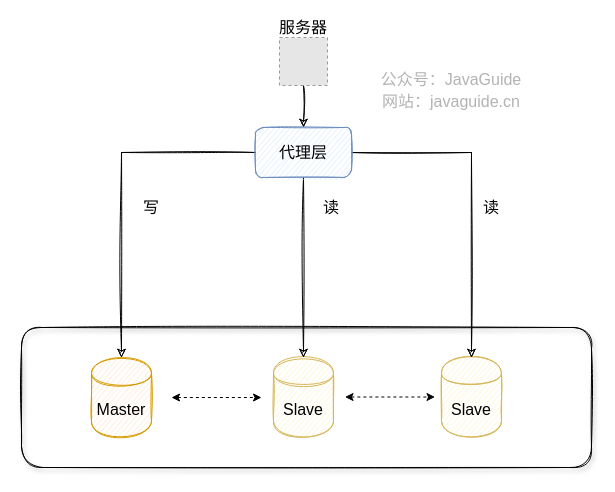
This is docs/high-performance/images/read-and-write-separation-and-library-subtable/read-and-write-separation-proxy.drawio from Snailclimb/JavaGuide, a draw.io file, before an edit. Source tidied: cells renumbered, new cells numbered last; positions are measured from the earlier drawing's top-left corner, leaving out a move shared by most shapes. Both pictures are drawn from the tidied source at 100%, with x=0, y=0 at pixel (21, 17). Pictures stored in the file or linked from it are replaced by grey dashed boxes.
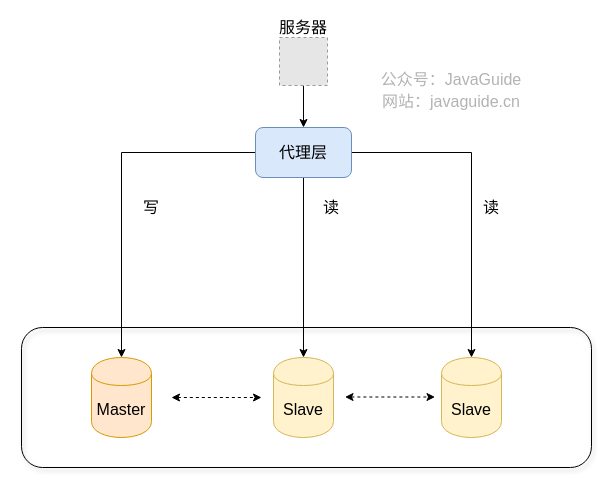
Above is the later version.

Unchanged cells that the change refers to:
```xml
<mxCell id="10" style="fillColor=#E6E6E6;strokeColor=#999999;dashed=1;verticalLabelPosition=bottom;labelBackgroundColor=#ffffff;verticalAlign=top;" parent="1" vertex="1">
  <mxGeometry x="258" y="20" width="48" height="48" as="geometry" />
</mxCell>
```

Change to the diagram source:
```diff
@@
-    <mxCell id="2" style="rounded=1;whiteSpace=wrap;html=1;fillColor=none;glass=1;sketch=1;shadow=1;" parent="1" vertex="1">
+    <mxCell id="2" style="rounded=1;whiteSpace=wrap;html=1;fillColor=none;glass=1;sketch=0;shadow=1;" parent="1" vertex="1">
       <mxGeometry y="310" width="570" height="140" as="geometry" />
     </mxCell>
-    <mxCell id="3" value="Master" style="shape=cylinder;whiteSpace=wrap;html=1;boundedLbl=1;backgroundOutline=1;fillColor=#ffe6cc;strokeColor=#d79b00;shadow=0;sketch=1;fontSize=16;" parent="1" vertex="1">
+    <mxCell id="3" value="Master" style="shape=cylinder;whiteSpace=wrap;html=1;boundedLbl=1;backgroundOutline=1;fillColor=#ffe6cc;strokeColor=#d79b00;shadow=0;sketch=0;fontSize=16;" parent="1" vertex="1">
       <mxGeometry x="70" y="340" width="60" height="80" as="geometry" />
     </mxCell>
-    <mxCell id="4" value="Slave" style="shape=cylinder;whiteSpace=wrap;html=1;boundedLbl=1;backgroundOutline=1;fillColor=#fff2cc;strokeColor=#d6b656;shadow=0;sketch=1;fontSize=16;" parent="1" vertex="1">
+    <mxCell id="4" value="Slave" style="shape=cylinder;whiteSpace=wrap;html=1;boundedLbl=1;backgroundOutline=1;fillColor=#fff2cc;strokeColor=#d6b656;shadow=0;sketch=0;fontSize=16;" parent="1" vertex="1">
       <mxGeometry x="252" y="340" width="60" height="80" as="geometry" />
     </mxCell>
-    <mxCell id="5" value="Slave" style="shape=cylinder;whiteSpace=wrap;html=1;boundedLbl=1;backgroundOutline=1;fillColor=#fff2cc;strokeColor=#d6b656;shadow=0;sketch=1;fontSize=16;" parent="1" vertex="1">
+    <mxCell id="5" value="Slave" style="shape=cylinder;whiteSpace=wrap;html=1;boundedLbl=1;backgroundOutline=1;fillColor=#fff2cc;strokeColor=#d6b656;shadow=0;sketch=0;fontSize=16;" parent="1" vertex="1">
       <mxGeometry x="420" y="340" width="60" height="80" as="geometry" />
     </mxCell>
-    <mxCell id="6" value="写" style="text;html=1;strokeColor=none;fillColor=none;align=center;verticalAlign=middle;whiteSpace=wrap;rounded=0;shadow=1;glass=1;sketch=1;fontSize=16;" parent="1" vertex="1">
+    <mxCell id="6" value="写" style="text;html=1;strokeColor=none;fillColor=none;align=center;verticalAlign=middle;whiteSpace=wrap;rounded=0;shadow=1;glass=1;sketch=0;fontSize=16;" parent="1" vertex="1">
       <mxGeometry x="110" y="180" width="40" height="20" as="geometry" />
     </mxCell>
-    <mxCell id="7" value="读" style="text;html=1;strokeColor=none;fillColor=none;align=center;verticalAlign=middle;whiteSpace=wrap;rounded=0;shadow=1;glass=1;sketch=1;fontSize=16;" parent="1" vertex="1">
+    <mxCell id="7" value="读" style="text;html=1;strokeColor=none;fillColor=none;align=center;verticalAlign=middle;whiteSpace=wrap;rounded=0;shadow=1;glass=1;sketch=0;fontSize=16;" parent="1" vertex="1">
       <mxGeometry x="450" y="180" width="40" height="20" as="geometry" />
     </mxCell>
-    <mxCell id="8" style="edgeStyle=orthogonalEdgeStyle;rounded=0;jettySize=auto;html=1;fontSize=16;sketch=1;exitX=0;exitY=0.5;exitDx=0;exitDy=0;" parent="1" edge="1" source="13" target="3">
+    <mxCell id="8" style="edgeStyle=orthogonalEdgeStyle;rounded=0;jettySize=auto;html=1;fontSize=16;sketch=0;exitX=0;exitY=0.5;exitDx=0;exitDy=0;" parent="1" edge="1" source="13" target="3">
       <mxGeometry relative="1" as="geometry" />
     </mxCell>
-    <mxCell id="9" style="edgeStyle=orthogonalEdgeStyle;rounded=0;jettySize=auto;html=1;entryX=0.5;entryY=0;entryDx=0;entryDy=0;sketch=1;" parent="1" edge="1" source="10" target="13">
+    <mxCell id="9" style="edgeStyle=orthogonalEdgeStyle;rounded=0;jettySize=auto;html=1;entryX=0.5;entryY=0;entryDx=0;entryDy=0;sketch=0;" parent="1" edge="1" source="10" target="13">
       <mxGeometry relative="1" as="geometry" />
     </mxCell>
@@
-    <mxCell id="11" style="edgeStyle=orthogonalEdgeStyle;rounded=0;jettySize=auto;html=1;sketch=1;" parent="1" edge="1" source="13" target="4">
+    <mxCell id="11" style="edgeStyle=orthogonalEdgeStyle;rounded=0;jettySize=auto;html=1;sketch=0;" parent="1" edge="1" source="13" target="4">
       <mxGeometry relative="1" as="geometry" />
     </mxCell>
-    <mxCell id="12" style="edgeStyle=orthogonalEdgeStyle;rounded=0;sketch=1;jettySize=auto;html=1;" parent="1" edge="1" source="13" target="5">
+    <mxCell id="12" style="edgeStyle=orthogonalEdgeStyle;rounded=0;sketch=0;jettySize=auto;html=1;" parent="1" edge="1" source="13" target="5">
       <mxGeometry relative="1" as="geometry" />
     </mxCell>
-    <mxCell id="13" value="&lt;span style=&quot;font-size: 16px&quot;&gt;代理层&lt;/span&gt;" style="rounded=1;whiteSpace=wrap;html=1;fillColor=#dae8fc;strokeColor=#6c8ebf;sketch=1;" parent="1" vertex="1">
+    <mxCell id="13" value="&lt;span style=&quot;font-size: 16px&quot;&gt;代理层&lt;/span&gt;" style="rounded=1;whiteSpace=wrap;html=1;fillColor=#dae8fc;strokeColor=#6c8ebf;sketch=0;" parent="1" vertex="1">
       <mxGeometry x="234" y="110" width="96" height="50" as="geometry" />
     </mxCell>
-    <mxCell id="14" value="服务器" style="text;html=1;strokeColor=none;fillColor=none;align=center;verticalAlign=middle;whiteSpace=wrap;rounded=0;shadow=0;fontSize=16;" parent="1" vertex="1">
+    <mxCell id="14" value="服务器" style="text;html=1;strokeColor=none;fillColor=none;align=center;verticalAlign=middle;whiteSpace=wrap;rounded=0;shadow=0;fontSize=16;sketch=0;" parent="1" vertex="1">
       <mxGeometry x="252" width="60" height="20" as="geometry" />
     </mxCell>
-    <mxCell id="15" value="&lt;font style=&quot;font-size: 16px&quot;&gt;公众号：JavaGuide&lt;br&gt;网站：javaguide.cn&lt;/font&gt;" style="text;html=1;strokeColor=none;fillColor=none;align=center;verticalAlign=middle;whiteSpace=wrap;rounded=0;labelBackgroundColor=none;fontSize=18;fontColor=#B3B3B3;rotation=0;sketch=1;shadow=0;" parent="1" vertex="1">
+    <mxCell id="15" value="&lt;font style=&quot;font-size: 16px&quot;&gt;公众号：JavaGuide&lt;br&gt;网站：javaguide.cn&lt;/font&gt;" style="text;html=1;strokeColor=none;fillColor=none;align=center;verticalAlign=middle;whiteSpace=wrap;rounded=0;labelBackgroundColor=none;fontSize=18;fontColor=#B3B3B3;rotation=0;sketch=0;shadow=0;" parent="1" vertex="1">
       <mxGeometry x="340" y="68" width="180" height="10" as="geometry" />
     </mxCell>
-    <mxCell id="16" value="读" style="text;html=1;strokeColor=none;fillColor=none;align=center;verticalAlign=middle;whiteSpace=wrap;rounded=0;shadow=1;glass=1;sketch=1;fontSize=16;" parent="1" vertex="1">
+    <mxCell id="16" value="读" style="text;html=1;strokeColor=none;fillColor=none;align=center;verticalAlign=middle;whiteSpace=wrap;rounded=0;shadow=1;glass=1;sketch=0;fontSize=16;" parent="1" vertex="1">
       <mxGeometry x="290" y="180" width="40" height="20" as="geometry" />
     </mxCell>
-    <mxCell id="17" style="endArrow=classic;startArrow=classic;html=1;dashed=1;" parent="1" edge="1">
+    <mxCell id="17" style="endArrow=classic;startArrow=classic;html=1;dashed=1;sketch=0;" parent="1" edge="1">
       <mxGeometry relative="1" as="geometry">
         <mxPoint x="150" y="380" as="sourcePoint" />
         <mxPoint x="240" y="380" as="targetPoint" />
       </mxGeometry>
     </mxCell>
-    <mxCell id="18" style="endArrow=classic;startArrow=classic;html=1;dashed=1;" parent="1" edge="1">
+    <mxCell id="18" style="endArrow=classic;startArrow=classic;html=1;dashed=1;sketch=0;" parent="1" edge="1">
       <mxGeometry relative="1" as="geometry">
         <mxPoint x="323.5" y="379.5" as="sourcePoint" />
         <mxPoint x="413.5" y="379.5" as="targetPoint" />
       </mxGeometry>
     </mxCell>
```
